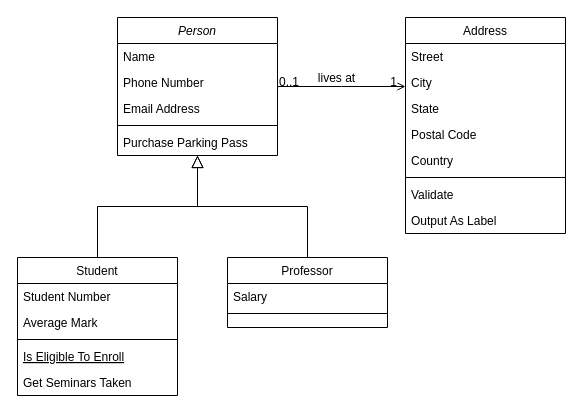
Antiflex/test keeps this draw.io diagram as Diagramme sans nom.drawio. Above is the earlier version. Source tidied: cells renumbered, new cells numbered last; positions are measured from the earlier drawing's top-left corner, leaving out a move shared by most shapes. Both pictures are drawn from the tidied source at 100%, with x=0, y=0 at pixel (17, 17).
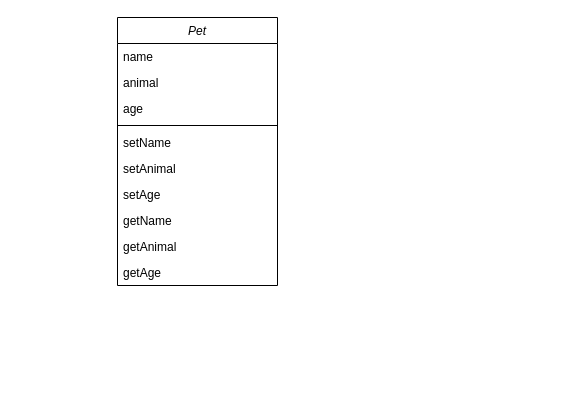
After the change.

Commit message:
Mettre à jour Diagramme sans nom.drawio

What changed in the source:
```diff
@@
-    <mxCell id="2" value="Person" style="swimlane;fontStyle=2;align=center;verticalAlign=top;horizontal=1;startSize=26;rounded=0;shadow=0;strokeWidth=1;" parent="1" vertex="1">
-      <mxGeometry x="100" width="160" height="138" as="geometry" />
+    <mxCell id="2" value="Pet" style="swimlane;fontStyle=2;align=center;verticalAlign=top;horizontal=1;startSize=26;rounded=0;shadow=0;strokeWidth=1;" parent="1" vertex="1">
+      <mxGeometry x="100" width="160" height="268" as="geometry" />
     </mxCell>
-    <mxCell id="3" value="Name" style="text;align=left;verticalAlign=top;spacingLeft=4;spacingRight=4;overflow=hidden;" parent="2" vertex="1">
+    <mxCell id="3" value="name" style="text;align=left;verticalAlign=top;spacingLeft=4;spacingRight=4;overflow=hidden;" parent="2" vertex="1">
       <mxGeometry y="26" width="160" height="26" as="geometry" />
     </mxCell>
-    <mxCell id="4" value="Phone Number" style="text;align=left;verticalAlign=top;spacingLeft=4;spacingRight=4;overflow=hidden;rounded=0;shadow=0;html=0;" parent="2" vertex="1">
+    <mxCell id="4" value="animal" style="text;align=left;verticalAlign=top;spacingLeft=4;spacingRight=4;overflow=hidden;rounded=0;shadow=0;html=0;" parent="2" vertex="1">
       <mxGeometry y="52" width="160" height="26" as="geometry" />
     </mxCell>
-    <mxCell id="5" value="Email Address" style="text;align=left;verticalAlign=top;spacingLeft=4;spacingRight=4;overflow=hidden;rounded=0;shadow=0;html=0;" parent="2" vertex="1">
+    <mxCell id="5" value="age" style="text;align=left;verticalAlign=top;spacingLeft=4;spacingRight=4;overflow=hidden;rounded=0;shadow=0;html=0;" parent="2" vertex="1">
       <mxGeometry y="78" width="160" height="26" as="geometry" />
     </mxCell>
@@
-    <mxCell id="7" value="Purchase Parking Pass" style="text;align=left;verticalAlign=top;spacingLeft=4;spacingRight=4;overflow=hidden;" parent="2" vertex="1">
+    <mxCell id="7" value="setName" style="text;align=left;verticalAlign=top;spacingLeft=4;spacingRight=4;overflow=hidden;" parent="2" vertex="1">
       <mxGeometry y="112" width="160" height="26" as="geometry" />
     </mxCell>
-    <mxCell id="8" value="Student" style="swimlane;fontStyle=0;align=center;verticalAlign=top;horizontal=1;startSize=26;rounded=0;shadow=0;strokeWidth=1;" parent="1" vertex="1">
-      <mxGeometry y="240" width="160" height="138" as="geometry" />
-    </mxCell>
-    <mxCell id="9" value="Student Number" style="text;align=left;verticalAlign=top;spacingLeft=4;spacingRight=4;overflow=hidden;" parent="8" vertex="1">
-      <mxGeometry y="26" width="160" height="26" as="geometry" />
-    </mxCell>
-    <mxCell id="10" value="Average Mark" style="text;align=left;verticalAlign=top;spacingLeft=4;spacingRight=4;overflow=hidden;rounded=0;shadow=0;html=0;" parent="8" vertex="1">
-      <mxGeometry y="52" width="160" height="26" as="geometry" />
-    </mxCell>
-    <mxCell id="11" style="line;html=1;strokeWidth=1;align=left;verticalAlign=middle;spacingTop=-1;spacingLeft=3;spacingRight=3;labelPosition=right;" parent="8" vertex="1">
-      <mxGeometry y="78" width="160" height="8" as="geometry" />
-    </mxCell>
-    <mxCell id="12" value="Is Eligible To Enroll" style="text;align=left;verticalAlign=top;spacingLeft=4;spacingRight=4;overflow=hidden;fontStyle=4;" parent="8" vertex="1">
-      <mxGeometry y="86" width="160" height="26" as="geometry" />
-    </mxCell>
-    <mxCell id="13" value="Get Seminars Taken" style="text;align=left;verticalAlign=top;spacingLeft=4;spacingRight=4;overflow=hidden;" parent="8" vertex="1">
-      <mxGeometry y="112" width="160" height="26" as="geometry" />
-    </mxCell>
-    <mxCell id="14" style="endArrow=block;endSize=10;endFill=0;shadow=0;strokeWidth=1;rounded=0;edgeStyle=elbowEdgeStyle;elbow=vertical;" parent="1" edge="1" source="8" target="2">
-      <mxGeometry relative="1" as="geometry" />
-    </mxCell>
-    <mxCell id="15" value="Professor" style="swimlane;fontStyle=0;align=center;verticalAlign=top;horizontal=1;startSize=26;rounded=0;shadow=0;strokeWidth=1;" parent="1" vertex="1">
-      <mxGeometry x="210" y="240" width="160" height="70" as="geometry" />
-    </mxCell>
-    <mxCell id="16" value="Salary" style="text;align=left;verticalAlign=top;spacingLeft=4;spacingRight=4;overflow=hidden;" parent="15" vertex="1">
-      <mxGeometry y="26" width="160" height="26" as="geometry" />
-    </mxCell>
-    <mxCell id="17" style="line;html=1;strokeWidth=1;align=left;verticalAlign=middle;spacingTop=-1;spacingLeft=3;spacingRight=3;labelPosition=right;" parent="15" vertex="1">
-      <mxGeometry y="52" width="160" height="8" as="geometry" />
-    </mxCell>
-    <mxCell id="18" style="endArrow=block;endSize=10;endFill=0;shadow=0;strokeWidth=1;rounded=0;edgeStyle=elbowEdgeStyle;elbow=vertical;" parent="1" edge="1" source="15" target="2">
-      <mxGeometry relative="1" as="geometry" />
-    </mxCell>
-    <mxCell id="19" value="Address" style="swimlane;fontStyle=0;align=center;verticalAlign=top;horizontal=1;startSize=26;rounded=0;shadow=0;strokeWidth=1;" parent="1" vertex="1">
-      <mxGeometry x="388" width="160" height="216" as="geometry" />
-    </mxCell>
-    <mxCell id="20" value="Street" style="text;align=left;verticalAlign=top;spacingLeft=4;spacingRight=4;overflow=hidden;" parent="19" vertex="1">
-      <mxGeometry y="26" width="160" height="26" as="geometry" />
-    </mxCell>
-    <mxCell id="21" value="City" style="text;align=left;verticalAlign=top;spacingLeft=4;spacingRight=4;overflow=hidden;rounded=0;shadow=0;html=0;" parent="19" vertex="1">
-      <mxGeometry y="52" width="160" height="26" as="geometry" />
-    </mxCell>
-    <mxCell id="22" value="State" style="text;align=left;verticalAlign=top;spacingLeft=4;spacingRight=4;overflow=hidden;rounded=0;shadow=0;html=0;" parent="19" vertex="1">
-      <mxGeometry y="78" width="160" height="26" as="geometry" />
-    </mxCell>
-    <mxCell id="23" value="Postal Code" style="text;align=left;verticalAlign=top;spacingLeft=4;spacingRight=4;overflow=hidden;rounded=0;shadow=0;html=0;" parent="19" vertex="1">
-      <mxGeometry y="104" width="160" height="26" as="geometry" />
-    </mxCell>
-    <mxCell id="24" value="Country" style="text;align=left;verticalAlign=top;spacingLeft=4;spacingRight=4;overflow=hidden;rounded=0;shadow=0;html=0;" parent="19" vertex="1">
-      <mxGeometry y="130" width="160" height="26" as="geometry" />
-    </mxCell>
-    <mxCell id="25" style="line;html=1;strokeWidth=1;align=left;verticalAlign=middle;spacingTop=-1;spacingLeft=3;spacingRight=3;labelPosition=right;" parent="19" vertex="1">
-      <mxGeometry y="156" width="160" height="8" as="geometry" />
-    </mxCell>
-    <mxCell id="26" value="Validate" style="text;align=left;verticalAlign=top;spacingLeft=4;spacingRight=4;overflow=hidden;" parent="19" vertex="1">
-      <mxGeometry y="164" width="160" height="26" as="geometry" />
-    </mxCell>
-    <mxCell id="27" value="Output As Label" style="text;align=left;verticalAlign=top;spacingLeft=4;spacingRight=4;overflow=hidden;" parent="19" vertex="1">
-      <mxGeometry y="190" width="160" height="26" as="geometry" />
-    </mxCell>
-    <mxCell id="28" style="endArrow=open;shadow=0;strokeWidth=1;rounded=0;endFill=1;edgeStyle=elbowEdgeStyle;elbow=vertical;" parent="1" edge="1" source="2" target="19">
-      <mxGeometry x="0.5" y="41" relative="1" as="geometry">
-        <mxPoint x="-40" y="32" as="offset" />
-      </mxGeometry>
-    </mxCell>
-    <mxCell id="29" value="0..1" style="align=left;verticalAlign=bottom;labelBackgroundColor=none;fontSize=12;" parent="28" vertex="1">
-      <mxGeometry x="-1" relative="1" as="geometry">
-        <mxPoint y="4" as="offset" />
-      </mxGeometry>
-    </mxCell>
-    <mxCell id="30" value="1" style="align=right;verticalAlign=bottom;labelBackgroundColor=none;fontSize=12;" parent="28" vertex="1">
-      <mxGeometry x="1" relative="1" as="geometry">
-        <mxPoint x="-7" y="4" as="offset" />
-      </mxGeometry>
-    </mxCell>
-    <mxCell id="31" value="lives at" style="text;html=1;align=center;verticalAlign=middle;labelBackgroundColor=none;rounded=0;shadow=0;strokeWidth=1;fontSize=12;" parent="28" vertex="1">
-      <mxGeometry x="0.5" y="49" relative="1" as="geometry">
-        <mxPoint x="-38" y="40" as="offset" />
-      </mxGeometry>
-    </mxCell>
+    <mxCell id="32" value="setAnimal" style="text;align=left;verticalAlign=top;spacingLeft=4;spacingRight=4;overflow=hidden;" parent="2" vertex="1">
+      <mxGeometry y="138" width="160" height="26" as="geometry" />
+    </mxCell>
+    <mxCell id="33" value="setAge" style="text;align=left;verticalAlign=top;spacingLeft=4;spacingRight=4;overflow=hidden;" parent="2" vertex="1">
+      <mxGeometry y="164" width="160" height="26" as="geometry" />
+    </mxCell>
+    <mxCell id="34" value="getName" style="text;align=left;verticalAlign=top;spacingLeft=4;spacingRight=4;overflow=hidden;" parent="2" vertex="1">
+      <mxGeometry y="190" width="160" height="26" as="geometry" />
+    </mxCell>
+    <mxCell id="35" value="getAnimal" style="text;align=left;verticalAlign=top;spacingLeft=4;spacingRight=4;overflow=hidden;" parent="2" vertex="1">
+      <mxGeometry y="216" width="160" height="26" as="geometry" />
+    </mxCell>
+    <mxCell id="36" value="getAge" style="text;align=left;verticalAlign=top;spacingLeft=4;spacingRight=4;overflow=hidden;" parent="2" vertex="1">
+      <mxGeometry y="242" width="160" height="26" as="geometry" />
+    </mxCell>
```
